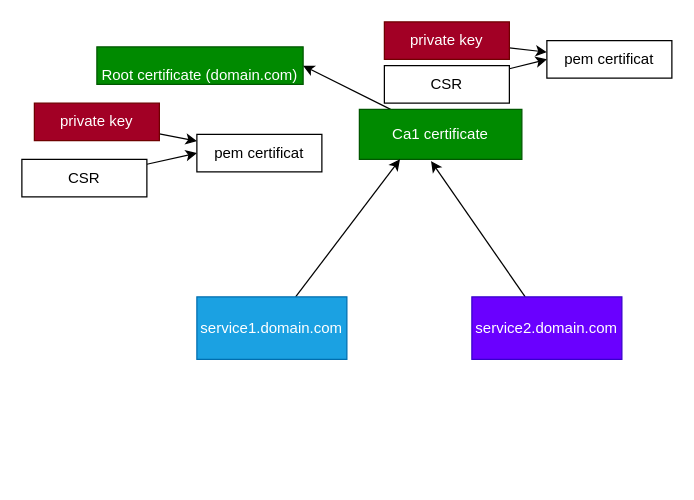
Before: section2/certs/shema.dio in gaddour1981med/istio-training, a draw.io diagram. Source tidied: cells renumbered, new cells numbered last; positions are measured from the earlier drawing's top-left corner, leaving out a move shared by most shapes. Both pictures are drawn from the tidied source at 125%, with x=0, y=0 at pixel (21, 21).
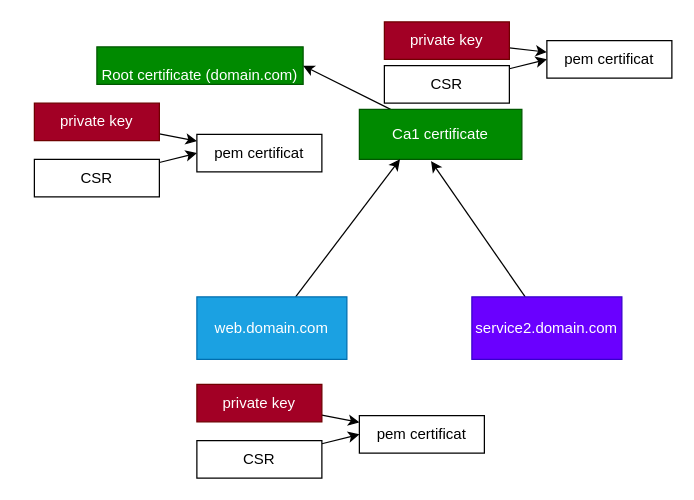
The same page after the edit.

What changed in the source:
```diff
@@
-    <mxCell id="6" value="service1.domain.com" style="rounded=0;whiteSpace=wrap;html=1;fillColor=#1ba1e2;fontColor=#ffffff;strokeColor=#006EAF;" parent="1" vertex="1">
+    <mxCell id="6" value="web.domain.com" style="rounded=0;whiteSpace=wrap;html=1;fillColor=#1ba1e2;fontColor=#ffffff;strokeColor=#006EAF;" parent="1" vertex="1">
       <mxGeometry x="140" y="220" width="120" height="50" as="geometry" />
     </mxCell>
@@
     <mxCell id="12" value="CSR" style="rounded=0;whiteSpace=wrap;html=1;" parent="1" vertex="1">
-      <mxGeometry y="110" width="100" height="30" as="geometry" />
+      <mxGeometry x="10" y="110" width="100" height="30" as="geometry" />
     </mxCell>
@@
+    <mxCell id="19" style="edgeStyle=none;html=1;" parent="1" edge="1" source="20" target="23">
+      <mxGeometry relative="1" as="geometry" />
+    </mxCell>
+    <mxCell id="20" value="private key" style="rounded=0;whiteSpace=wrap;html=1;fillColor=#a20025;fontColor=#ffffff;strokeColor=#6F0000;" parent="1" vertex="1">
+      <mxGeometry x="140" y="290" width="100" height="30" as="geometry" />
+    </mxCell>
+    <mxCell id="21" style="edgeStyle=none;html=1;entryX=0;entryY=0.5;entryDx=0;entryDy=0;" parent="1" edge="1" source="22" target="23">
+      <mxGeometry relative="1" as="geometry" />
+    </mxCell>
+    <mxCell id="22" value="CSR" style="rounded=0;whiteSpace=wrap;html=1;" parent="1" vertex="1">
+      <mxGeometry x="140" y="335" width="100" height="30" as="geometry" />
+    </mxCell>
+    <mxCell id="23" value="pem certificat" style="rounded=0;whiteSpace=wrap;html=1;" parent="1" vertex="1">
+      <mxGeometry x="270" y="315" width="100" height="30" as="geometry" />
+    </mxCell>
```
